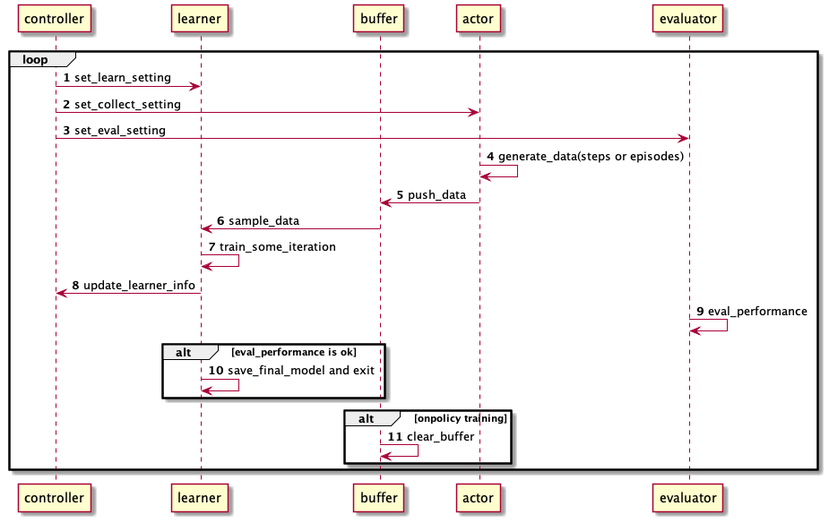
Before: nervex/design/serial_main.png, a diagram exported from PlantUML (opendilab/DI-engine).
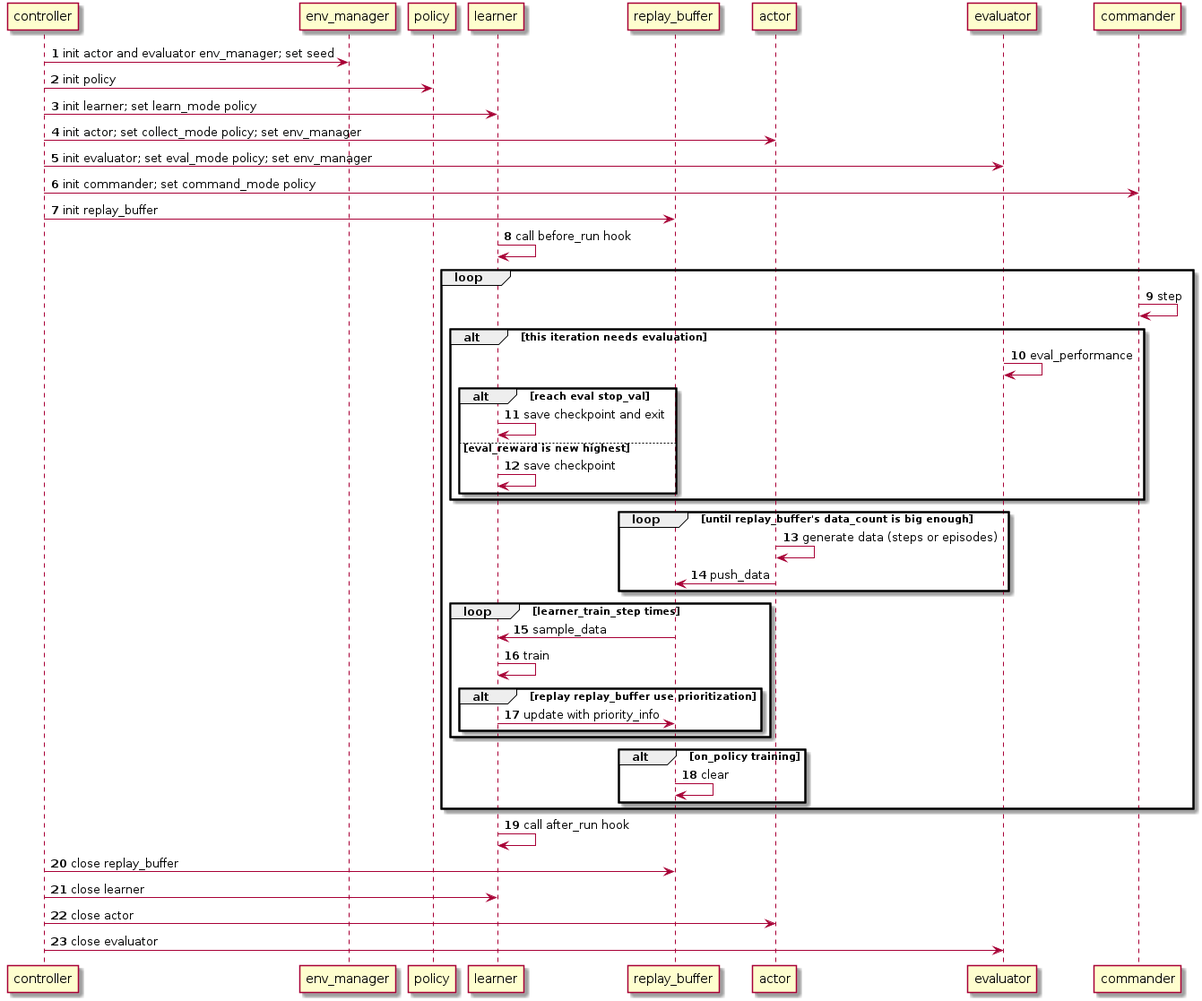
Later version of the same file.

Commit message:
modify policy callback to reset

Change to the diagram source:
```diff
@@ -1,27 +1,50 @@
 @startuml
 participant controller
+participant env_manager
+participant policy
 participant learner
-participant buffer
+participant replay_buffer
 participant actor
 participant evaluator
+participant commander
+autonumber
 
+controller -> env_manager: init actor and evaluator env_manager; set seed
+controller -> policy: init policy
+controller -> learner: init learner; set learn_mode policy
+controller -> actor: init actor; set collect_mode policy; set env_manager
+controller -> evaluator: init evaluator; set eval_mode policy; set env_manager
+controller -> commander: init commander; set command_mode policy
+controller -> replay_buffer: init replay_buffer
+learner -> learner: call before_run hook
 loop
-  autonumber
-  controller -> learner: set_learn_setting
-  controller -> actor: set_collect_setting
-  controller -> evaluator: set_eval_setting
-  actor -> actor : generate_data(steps or episodes)
-  actor -> buffer : push_data
-  buffer -> learner : sample_data
-  learner -> learner : train_some_iteration
-  learner -> controller : update_learner_info
-  evaluator -> evaluator : eval_performance
-  alt eval_performance is ok
-    learner -> learner : save_final_model and exit
+  commander -> commander: step
+  alt this iteration needs evaluation
+    evaluator -> evaluator: eval_performance
+    alt reach eval stop_val
+      learner -> learner: save checkpoint and exit
+    else eval_reward is new highest
+      learner -> learner: save checkpoint
+    end
   end
-  alt onpolicy training
-    buffer -> buffer : clear_buffer
+  loop until replay_buffer's data_count is big enough
+    actor -> actor: generate data (steps or episodes)
+    actor -> replay_buffer: push_data
+  end
+  loop learner_train_step times
+    replay_buffer -> learner: sample_data
+    learner -> learner: train
+    alt replay replay_buffer use prioritization
+      learner -> replay_buffer: update with priority_info
+    end
+  end
+  alt on_policy training
+    replay_buffer -> replay_buffer: clear
   end
 end
-
+learner -> learner: call after_run hook
+controller -> replay_buffer: close replay_buffer
+controller -> learner: close learner
+controller -> actor: close actor
+controller -> evaluator: close evaluator
 @enduml
```
